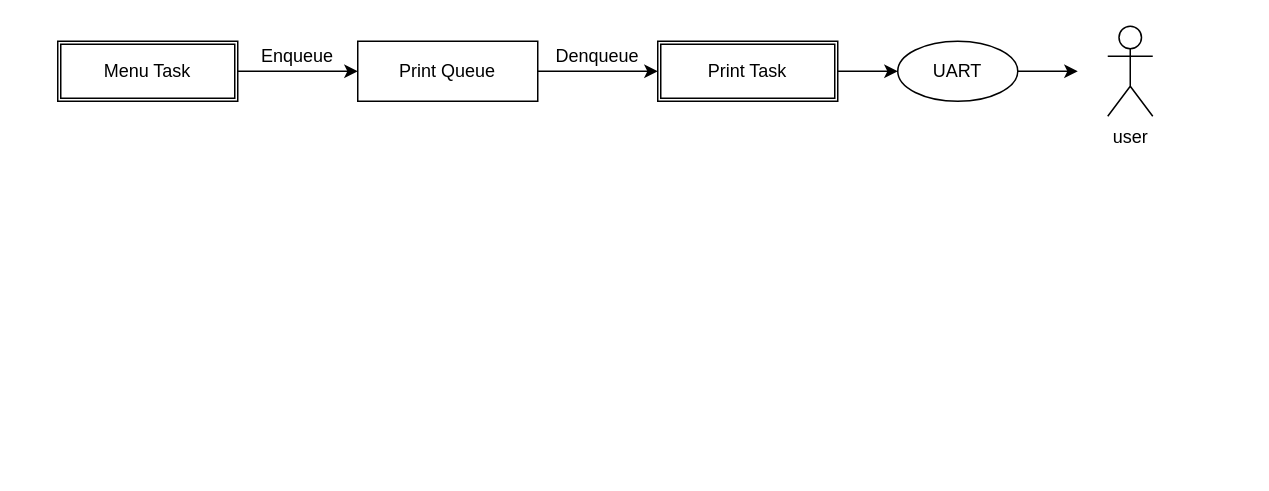
Earlier version of the draw.io diagram udemy/udemy1.drawio (Ahmed-mek/FlowChart). Source tidied: cells renumbered, new cells numbered last; positions are measured from the earlier drawing's top-left corner, leaving out a move shared by most shapes. Both pictures are drawn from the tidied source at 150%, with x=0, y=0 at pixel (57, 26).
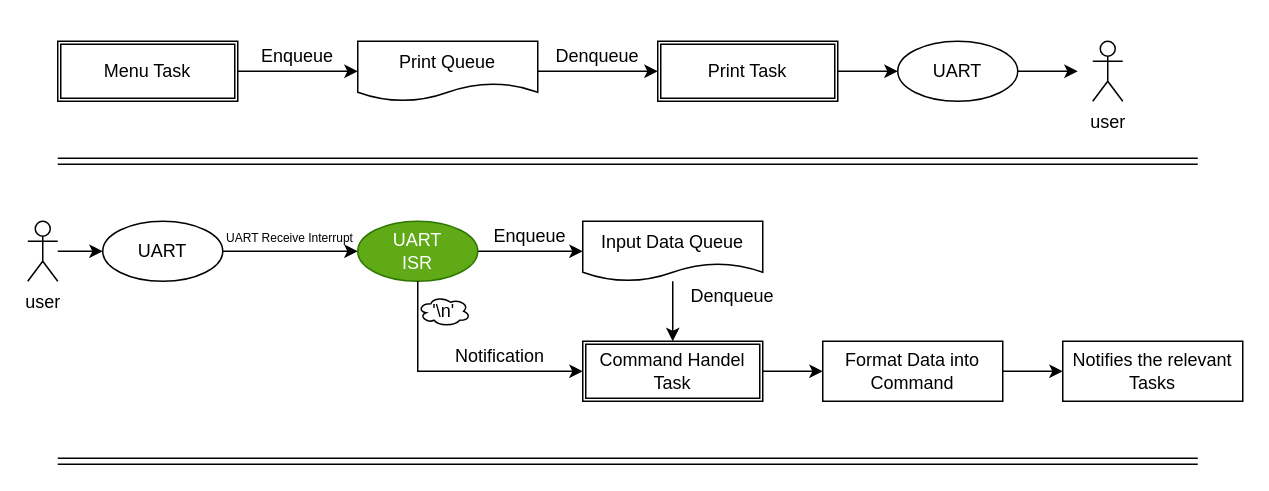
The same diagram, later.

The change refers to these unchanged cells:
```xml
<mxCell id="2" value="Menu Task" style="shape=ext;double=1;rounded=0;whiteSpace=wrap;html=1;" parent="1" vertex="1">
  <mxGeometry y="10" width="120" height="40" as="geometry" />
</mxCell>
```

Diff of the diagram source:
```diff
@@
-    <mxCell id="3" style="endArrow=classic;html=1;rounded=0;exitX=1;exitY=0.5;exitDx=0;exitDy=0;entryX=0;entryY=0.5;entryDx=0;entryDy=0;" parent="1" edge="1" source="2" target="4">
-      <mxGeometry relative="1" as="geometry" />
+    <mxCell id="3" style="endArrow=classic;html=1;rounded=0;exitX=1;exitY=0.5;exitDx=0;exitDy=0;entryX=0;entryY=0.5;entryDx=0;entryDy=0;" parent="1" edge="1" source="2">
+      <mxGeometry relative="1" as="geometry">
+        <mxPoint x="200" y="30" as="targetPoint" />
+      </mxGeometry>
     </mxCell>
-    <mxCell id="4" value="Print Queue" style="rounded=0;whiteSpace=wrap;html=1;" parent="1" vertex="1">
-      <mxGeometry x="200" y="10" width="120" height="40" as="geometry" />
-    </mxCell>
@@
     <mxCell id="12" value="user" style="shape=umlActor;verticalLabelPosition=bottom;verticalAlign=top;html=1;" parent="1" vertex="1">
-      <mxGeometry x="700" width="30" height="60" as="geometry" />
+      <mxGeometry x="690" y="10" width="20" height="40" as="geometry" />
     </mxCell>
+    <mxCell id="13" style="shape=link;html=1;rounded=0;" parent="1" edge="1">
+      <mxGeometry relative="1" as="geometry">
+        <mxPoint y="90" as="sourcePoint" />
+        <mxPoint x="760" y="90" as="targetPoint" />
+      </mxGeometry>
+    </mxCell>
+    <mxCell id="14" style="edgeStyle=orthogonalEdgeStyle;rounded=0;jettySize=auto;html=1;" parent="1" edge="1" source="15" target="17">
+      <mxGeometry relative="1" as="geometry" />
+    </mxCell>
+    <mxCell id="15" value="user" style="shape=umlActor;verticalLabelPosition=bottom;verticalAlign=top;html=1;outlineConnect=0;" parent="1" vertex="1">
+      <mxGeometry x="-20" y="130" width="20" height="40" as="geometry" />
+    </mxCell>
+    <mxCell id="16" style="edgeStyle=orthogonalEdgeStyle;rounded=0;jettySize=auto;html=1;" parent="1" edge="1" source="17" target="19">
+      <mxGeometry relative="1" as="geometry" />
+    </mxCell>
+    <mxCell id="17" value="UART" style="ellipse;whiteSpace=wrap;html=1;" parent="1" vertex="1">
+      <mxGeometry x="30" y="130" width="80" height="40" as="geometry" />
+    </mxCell>
+    <mxCell id="18" style="edgeStyle=orthogonalEdgeStyle;rounded=0;jettySize=auto;html=1;" parent="1" edge="1" source="19" target="22">
+      <mxGeometry relative="1" as="geometry" />
+    </mxCell>
+    <mxCell id="19" value="UART&lt;div&gt;ISR&lt;/div&gt;" style="ellipse;whiteSpace=wrap;html=1;fillColor=#60a917;fontColor=#ffffff;strokeColor=#2D7600;" parent="1" vertex="1">
+      <mxGeometry x="200" y="130" width="80" height="40" as="geometry" />
+    </mxCell>
+    <mxCell id="20" value="&lt;font style=&quot;font-size: 8px;&quot;&gt;UART Receive Interrupt&lt;/font&gt;" style="text;html=1;align=center;verticalAlign=middle;whiteSpace=wrap;rounded=0;" parent="1" vertex="1">
+      <mxGeometry x="110" y="130" width="90" height="20" as="geometry" />
+    </mxCell>
+    <mxCell id="21" style="edgeStyle=orthogonalEdgeStyle;rounded=0;jettySize=auto;html=1;" parent="1" edge="1" source="22" target="25">
+      <mxGeometry relative="1" as="geometry" />
+    </mxCell>
+    <mxCell id="22" value="Input Data Queue" style="shape=document;whiteSpace=wrap;html=1;boundedLbl=1;" parent="1" vertex="1">
+      <mxGeometry x="350" y="130" width="120" height="40" as="geometry" />
+    </mxCell>
+    <mxCell id="4" value="Print Queue" style="shape=document;whiteSpace=wrap;html=1;boundedLbl=1;" parent="1" vertex="1">
+      <mxGeometry x="200" y="10" width="120" height="40" as="geometry" />
+    </mxCell>
+    <mxCell id="23" value="Enqueue" style="text;html=1;align=center;verticalAlign=middle;whiteSpace=wrap;rounded=0;" parent="1" vertex="1">
+      <mxGeometry x="280" y="130" width="70" height="20" as="geometry" />
+    </mxCell>
+    <mxCell id="24" style="edgeStyle=orthogonalEdgeStyle;rounded=0;jettySize=auto;html=1;" parent="1" edge="1" source="25" target="30">
+      <mxGeometry relative="1" as="geometry" />
+    </mxCell>
+    <mxCell id="25" value="Command Handel Task" style="shape=ext;double=1;rounded=0;whiteSpace=wrap;html=1;" parent="1" vertex="1">
+      <mxGeometry x="350" y="210" width="120" height="40" as="geometry" />
+    </mxCell>
+    <mxCell id="26" style="endArrow=classic;html=1;rounded=0;exitX=0.5;exitY=1;exitDx=0;exitDy=0;entryX=0;entryY=0.5;entryDx=0;entryDy=0;" parent="1" edge="1" source="19" target="25">
+      <mxGeometry relative="1" as="geometry">
+        <Array as="points">
+          <mxPoint x="240" y="230" />
+        </Array>
+      </mxGeometry>
+    </mxCell>
+    <mxCell id="27" value="Notification" style="text;html=1;align=center;verticalAlign=middle;whiteSpace=wrap;rounded=0;" parent="1" vertex="1">
+      <mxGeometry x="260" y="210" width="70" height="20" as="geometry" />
+    </mxCell>
+    <mxCell id="28" value="Denqueue" style="text;html=1;align=center;verticalAlign=middle;whiteSpace=wrap;rounded=0;" parent="1" vertex="1">
+      <mxGeometry x="410" y="170" width="80" height="20" as="geometry" />
+    </mxCell>
+    <mxCell id="29" style="edgeStyle=orthogonalEdgeStyle;rounded=0;jettySize=auto;html=1;" parent="1" edge="1" source="30" target="31">
+      <mxGeometry relative="1" as="geometry" />
+    </mxCell>
+    <mxCell id="30" value="Format Data into Command" style="rounded=0;whiteSpace=wrap;html=1;" parent="1" vertex="1">
+      <mxGeometry x="510" y="210" width="120" height="40" as="geometry" />
+    </mxCell>
+    <mxCell id="31" value="Notifies the relevant Tasks" style="whiteSpace=wrap;html=1;rounded=0;" parent="1" vertex="1">
+      <mxGeometry x="670" y="210" width="120" height="40" as="geometry" />
+    </mxCell>
+    <mxCell id="32" style="shape=link;html=1;rounded=0;" parent="1" edge="1">
+      <mxGeometry relative="1" as="geometry">
+        <mxPoint y="290" as="sourcePoint" />
+        <mxPoint x="760" y="290" as="targetPoint" />
+      </mxGeometry>
+    </mxCell>
+    <mxCell id="33" value="'\n'" style="ellipse;shape=cloud;whiteSpace=wrap;html=1;" parent="1" vertex="1">
+      <mxGeometry x="240" y="180" width="35" height="20" as="geometry" />
+    </mxCell>
```
